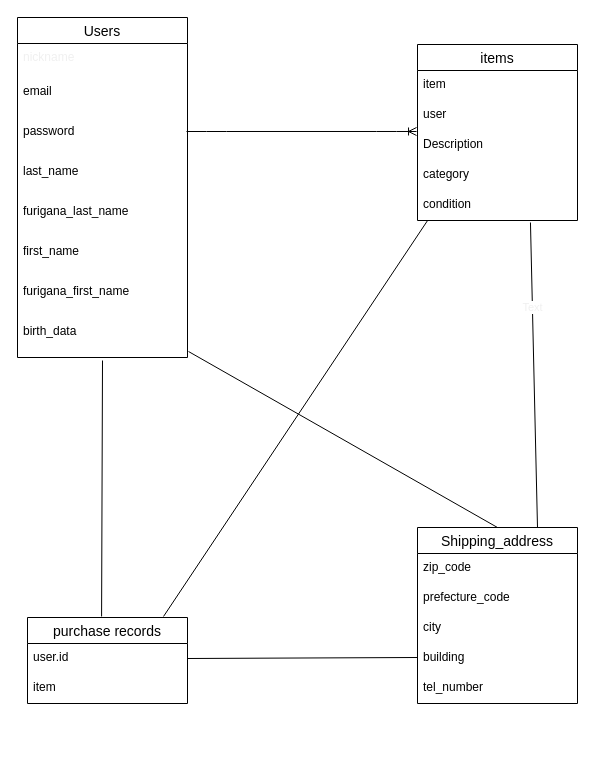
Above: ER.dio in WataruOjima/furima-32489 (draw.io), before the change. Source tidied: cells renumbered, new cells numbered last; positions are measured from the earlier drawing's top-left corner, leaving out a move shared by most shapes. Both pictures are drawn from the tidied source at 100%, with x=0, y=0 at pixel (17, 17).
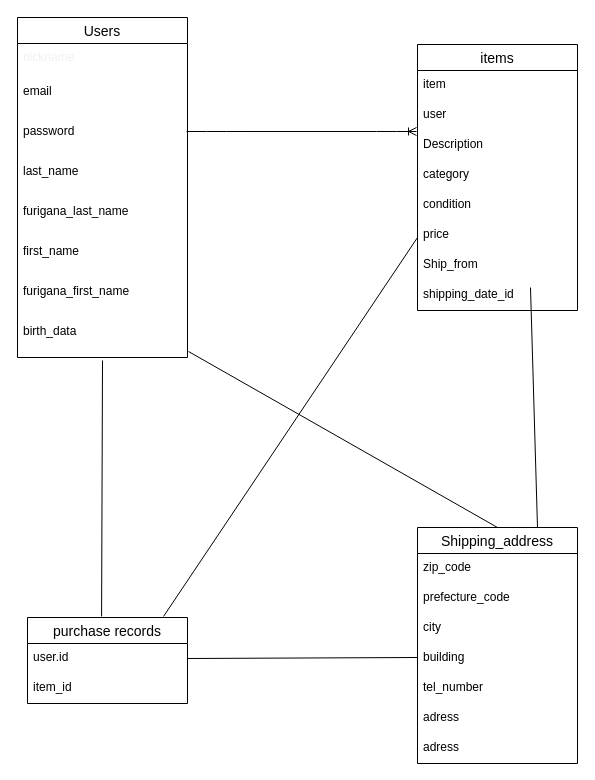
After the change.

Commit message (it also covers changes not shown here):
ER図、READMEの訂正３

Unchanged cells that the change refers to:
```xml
<mxCell id="16" value="condition" style="text;strokeColor=none;fillColor=none;spacingLeft=4;spacingRight=4;overflow=hidden;points=[[0,0.5],[1,0.5]];portConstraint=eastwest;fontSize=12;" parent="11" vertex="1">
  <mxGeometry y="146" width="160" height="30" as="geometry" />
</mxCell>
<mxCell id="17" value="purchase records" style="swimlane;fontStyle=0;horizontal=1;startSize=26;align=center;fontSize=14;shadow=0;" parent="1" vertex="1">
  <mxGeometry x="10" y="600" width="160" height="86" as="geometry" />
</mxCell>
```

Diff of the diagram source:
```diff
@@
     <mxCell id="11" value="items" style="swimlane;fontStyle=0;horizontal=1;startSize=26;align=center;fontSize=14;shadow=0;" parent="1" vertex="1">
-      <mxGeometry x="400" y="27" width="160" height="176" as="geometry" />
+      <mxGeometry x="400" y="27" width="160" height="266" as="geometry" />
     </mxCell>
@@
+    <mxCell id="33" value="price" style="text;strokeColor=none;fillColor=none;spacingLeft=4;spacingRight=4;overflow=hidden;fontSize=12;" parent="11" vertex="1">
+      <mxGeometry y="176" width="160" height="30" as="geometry" />
+    </mxCell>
+    <mxCell id="34" value="Ship_from" style="text;strokeColor=none;fillColor=none;spacingLeft=4;spacingRight=4;overflow=hidden;fontSize=12;" parent="11" vertex="1">
+      <mxGeometry y="206" width="160" height="30" as="geometry" />
+    </mxCell>
+    <mxCell id="35" value="shipping_date_id" style="text;strokeColor=none;fillColor=none;spacingLeft=4;spacingRight=4;overflow=hidden;fontSize=12;" parent="11" vertex="1">
+      <mxGeometry y="236" width="160" height="30" as="geometry" />
+    </mxCell>
@@
-    <mxCell id="19" value="item" style="text;strokeColor=none;fillColor=none;spacingLeft=4;spacingRight=4;overflow=hidden;fontSize=12;" parent="17" vertex="1">
+    <mxCell id="19" value="item_id" style="text;strokeColor=none;fillColor=none;spacingLeft=4;spacingRight=4;overflow=hidden;fontSize=12;" parent="17" vertex="1">
       <mxGeometry y="56" width="160" height="30" as="geometry" />
     </mxCell>
     <mxCell id="20" value="Shipping_address" style="swimlane;fontStyle=0;horizontal=1;startSize=26;align=center;fontSize=14;shadow=0;" parent="1" vertex="1">
-      <mxGeometry x="400" y="510" width="160" height="176" as="geometry" />
+      <mxGeometry x="400" y="510" width="160" height="236" as="geometry" />
     </mxCell>
@@
+    <mxCell id="36" value="adress" style="text;strokeColor=none;fillColor=none;spacingLeft=4;spacingRight=4;overflow=hidden;fontSize=12;" parent="20" vertex="1">
+      <mxGeometry y="176" width="160" height="30" as="geometry" />
+    </mxCell>
+    <mxCell id="37" value="adress" style="text;strokeColor=none;fillColor=none;spacingLeft=4;spacingRight=4;overflow=hidden;fontSize=12;" parent="20" vertex="1">
+      <mxGeometry y="206" width="160" height="30" as="geometry" />
+    </mxCell>
@@
-    <mxCell id="30" style="endArrow=none;html=1;rounded=0;fontColor=#F0F0F0;entryX=0.85;entryY=-0.012;entryDx=0;entryDy=0;entryPerimeter=0;exitX=0.063;exitY=1;exitDx=0;exitDy=0;exitPerimeter=0;" parent="1" edge="1" source="16" target="17">
-      <mxGeometry relative="1" as="geometry" />
+    <mxCell id="30" style="endArrow=none;html=1;rounded=0;fontColor=#F0F0F0;entryX=0.85;entryY=-0.012;entryDx=0;entryDy=0;entryPerimeter=0;" parent="1" edge="1" target="17">
+      <mxGeometry relative="1" as="geometry">
+        <mxPoint x="400" y="220" as="sourcePoint" />
+      </mxGeometry>
     </mxCell>
-    <mxCell id="31" style="endArrow=none;html=1;rounded=0;fontColor=#F0F0F0;entryX=0.75;entryY=0;entryDx=0;entryDy=0;exitX=0.706;exitY=1.067;exitDx=0;exitDy=0;exitPerimeter=0;" parent="1" edge="1" source="16" target="20">
-      <mxGeometry relative="1" as="geometry" />
+    <mxCell id="31" style="endArrow=none;html=1;rounded=0;fontColor=#F0F0F0;entryX=0.75;entryY=0;entryDx=0;entryDy=0;" parent="1" edge="1" target="20">
+      <mxGeometry relative="1" as="geometry">
+        <mxPoint x="513" y="270" as="sourcePoint" />
+      </mxGeometry>
     </mxCell>
-    <mxCell id="32" value="Text" style="edgeLabel;html=1;align=center;verticalAlign=middle;fontColor=#F0F0F0;" parent="31" vertex="1">
-      <mxGeometry x="-0.44" relative="1" as="geometry" />
-    </mxCell>
```
